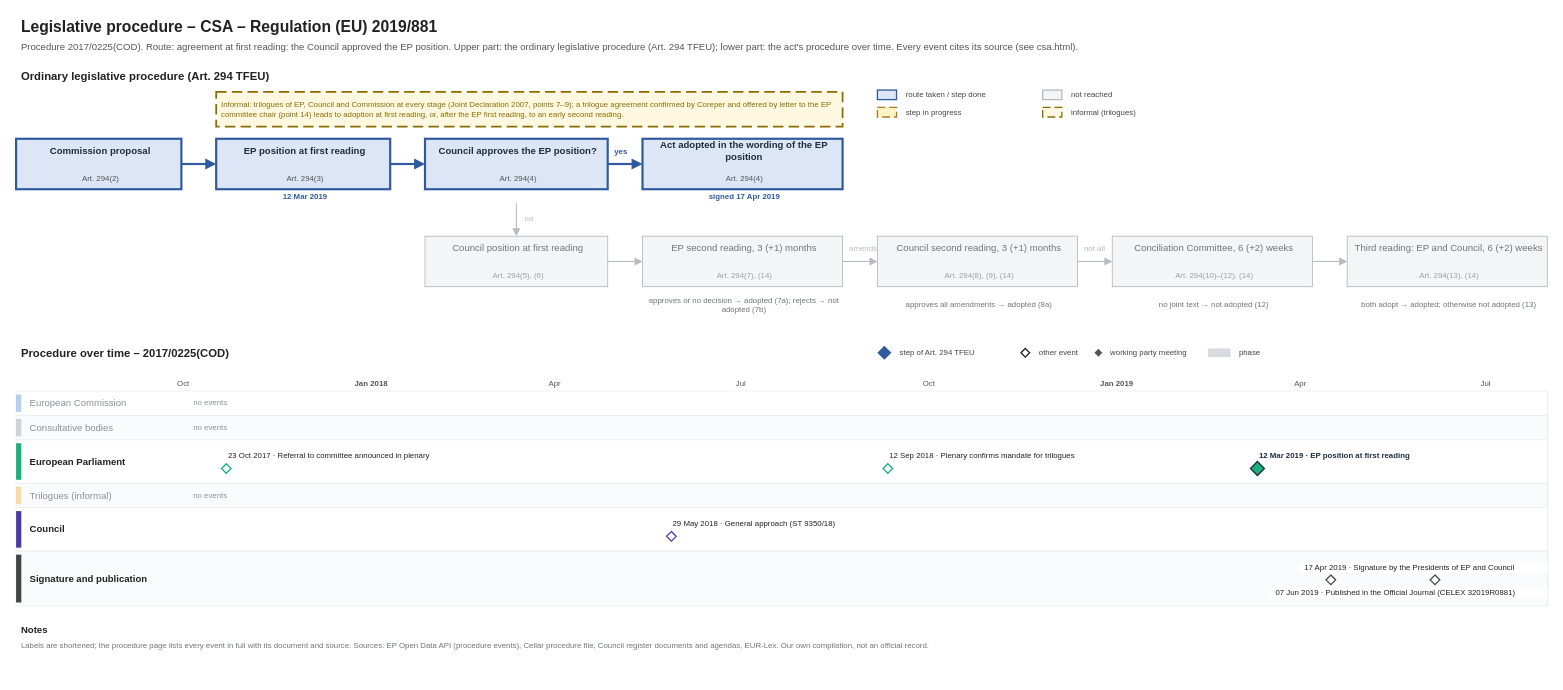
Earlier version of the draw.io diagram procedures/csa.drawio (git-z0man/eu-regulation-timeline). Source tidied: cells renumbered, new cells numbered last; positions are measured from the earlier drawing's top-left corner, leaving out a move shared by most shapes. Both pictures are drawn from the tidied source at 87%, with x=0, y=0 at pixel (16, 15).
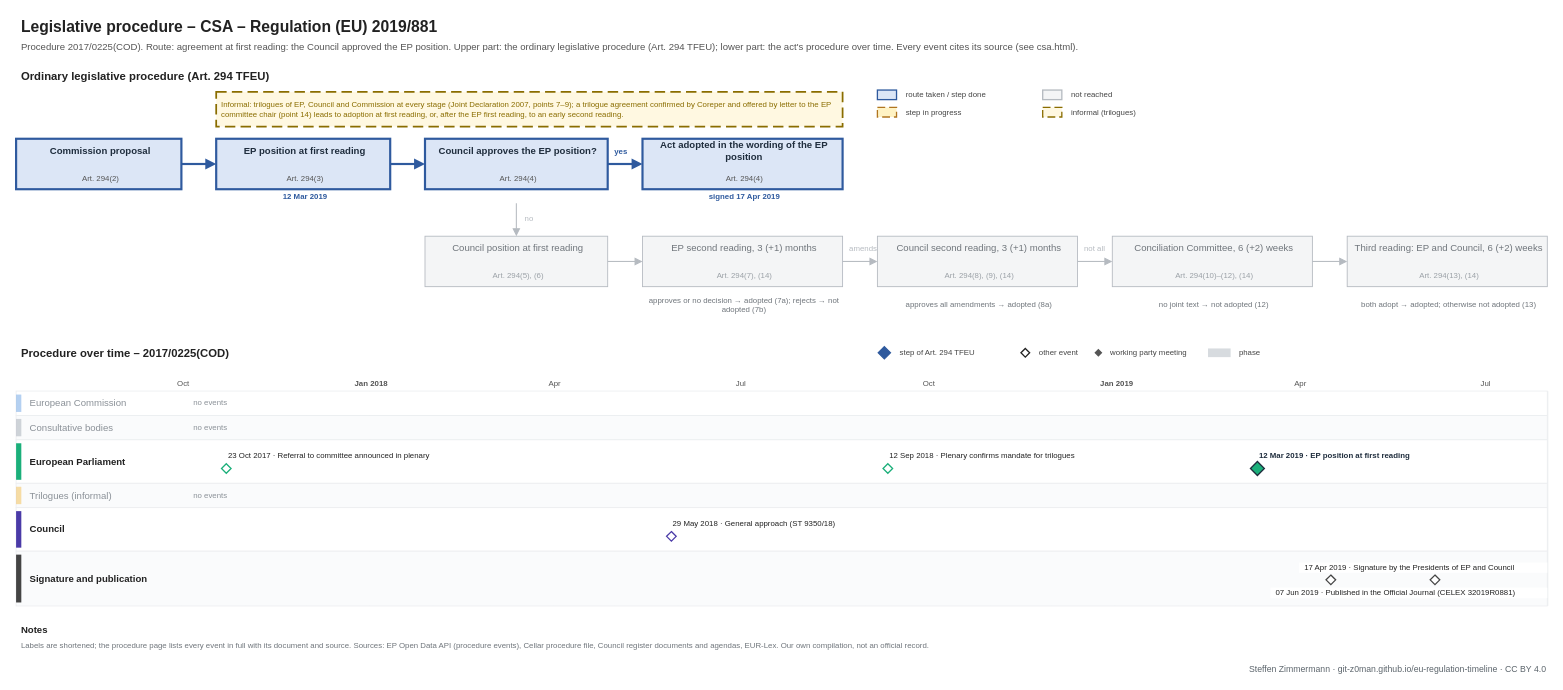
The same page after the edit.

Diff of the diagram source:
```diff
@@
+    <mxCell id="135" value="Steffen Zimmermann · git-z0man.github.io/eu-regulation-timeline · CC BY 4.0" style="text;html=1;fontSize=10;fontColor=#5b646b;align=right;verticalAlign=middle;spacingLeft=4;" parent="1" vertex="1">
+      <mxGeometry y="743" width="1760" height="16" as="geometry" />
+    </mxCell>
```
